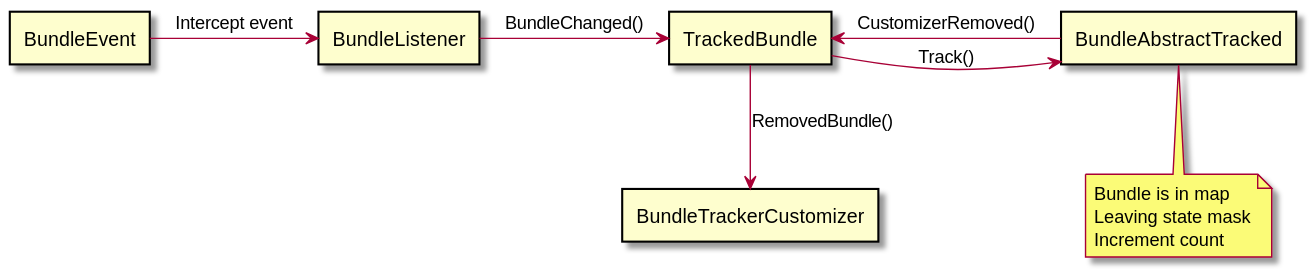
CppMicroServices/rfcs keeps this PlantUML diagram as text/0009-BundleTracker-integration/rembundle_diagram.svg. Above is the earlier version.
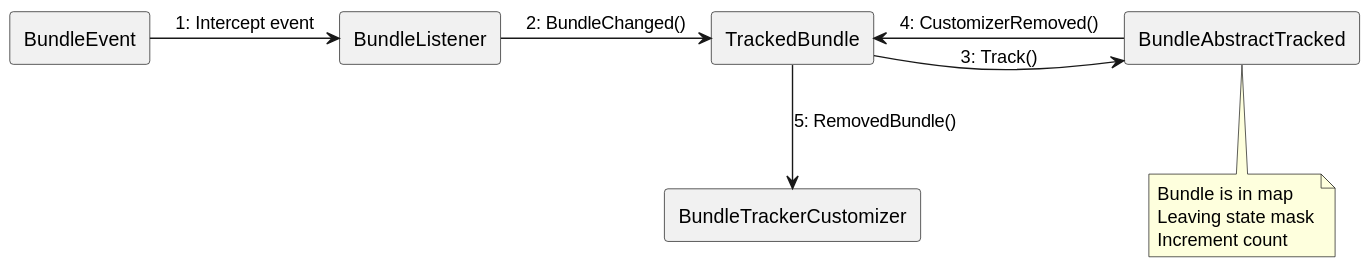
Above is the later version.

The edit, as a diff of the source:
```diff
@@ -6,11 +6,11 @@
 rectangle "BundleAbstractTracked" as BAT
 rectangle "BundleTrackerCustomizer" as BTC
 
-BE -> BL : Intercept event
-BL -> TB : BundleChanged()
-TB -> BAT : Track()
-TB <- BAT: CustomizerRemoved()
-TB -d-> BTC : RemovedBundle()
+BE -> BL : 1: Intercept event
+BL -> TB : 2: BundleChanged()
+TB -> BAT : 3: Track()
+TB <- BAT: 4: CustomizerRemoved()
+TB -d-> BTC : 5: RemovedBundle()
 
 note bottom of BAT : Bundle is in map\nLeaving state mask\nIncrement count
 
```
